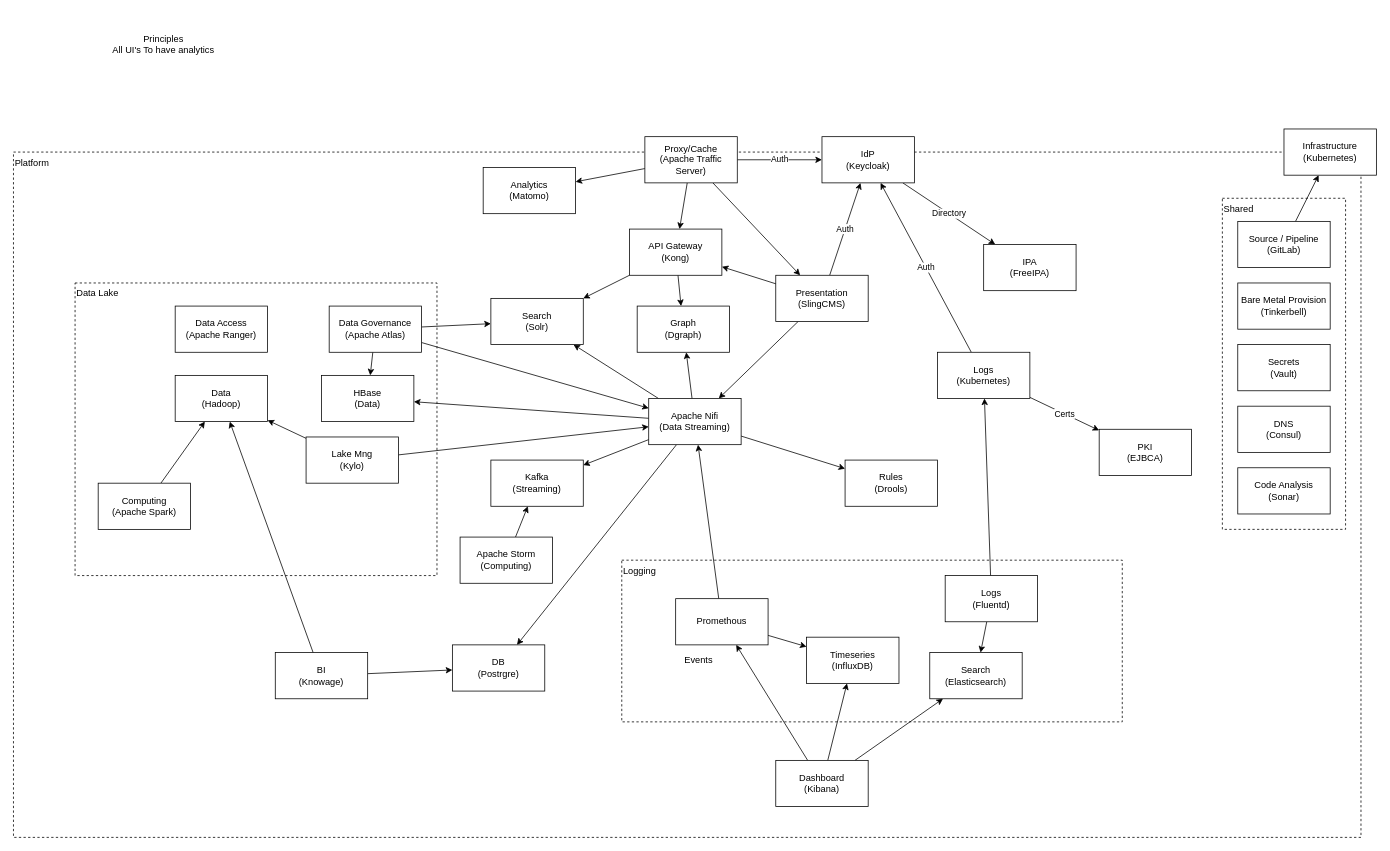
governance-foundation/governance.foundation keeps this draw.io diagram as _gxp/diagrams/GXP-Architecture.drawio. Above is the earlier version. Source tidied: cells renumbered, new cells numbered last; positions are measured from the earlier drawing's top-left corner, leaving out a move shared by most shapes. Both pictures are drawn from the tidied source at 77%, with x=0, y=0 at pixel (13, 13).
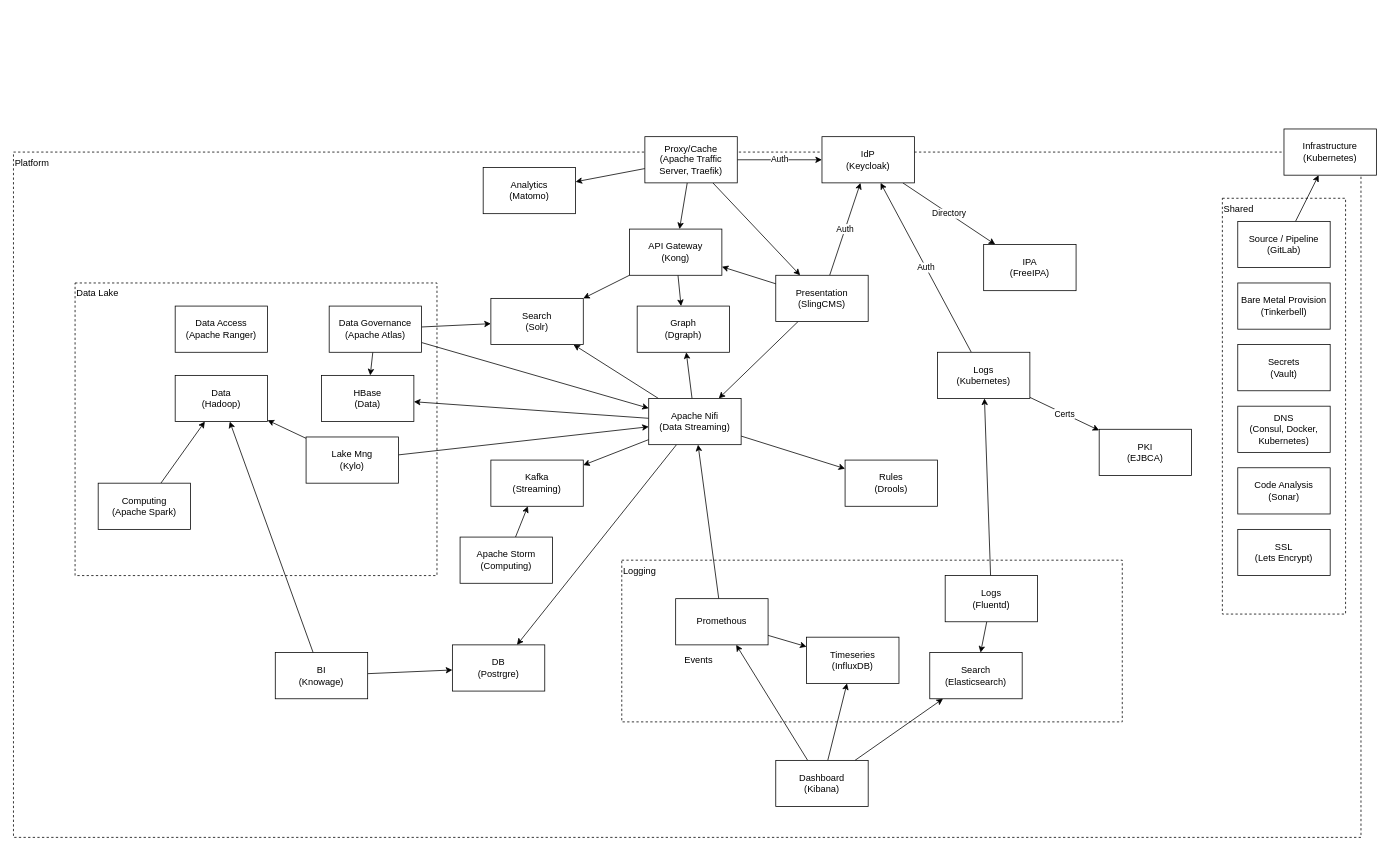
After the change.

Diff of the diagram source:
```diff
@@
     <mxCell id="3" value="Shared" style="rounded=0;whiteSpace=wrap;html=1;fillColor=none;dashed=1;verticalAlign=top;align=left;" parent="1" vertex="1">
-      <mxGeometry x="1570" y="240" width="160" height="430" as="geometry" />
+      <mxGeometry x="1570" y="240" width="160" height="540" as="geometry" />
     </mxCell>
@@
-    <mxCell id="30" value="&lt;div&gt;Proxy/Cache&lt;/div&gt;&lt;div&gt;(Apache Traffic Server)&lt;/div&gt;" style="rounded=0;whiteSpace=wrap;html=1;" parent="1" vertex="1">
+    <mxCell id="30" value="&lt;div&gt;Proxy/Cache&lt;/div&gt;&lt;div&gt;(Apache Traffic Server, Traefik)&lt;/div&gt;" style="rounded=0;whiteSpace=wrap;html=1;" parent="1" vertex="1">
       <mxGeometry x="820" y="160" width="120" height="60" as="geometry" />
     </mxCell>
@@
-    <mxCell id="64" value="&lt;div&gt;DNS&lt;/div&gt;&lt;div&gt;(Consul)&lt;/div&gt;" style="rounded=0;whiteSpace=wrap;html=1;" parent="1" vertex="1">
+    <mxCell id="64" value="&lt;div&gt;DNS&lt;/div&gt;&lt;div&gt;(Consul, Docker, Kubernetes)&lt;/div&gt;" style="rounded=0;whiteSpace=wrap;html=1;" parent="1" vertex="1">
       <mxGeometry x="1590" y="510" width="120" height="60" as="geometry" />
     </mxCell>
@@
-    <mxCell id="75" value="Principles&lt;br&gt;All UI's To have analytics" style="text;html=1;strokeColor=none;fillColor=none;align=center;verticalAlign=middle;whiteSpace=wrap;rounded=0;" parent="1" vertex="1">
-      <mxGeometry x="110" width="170" height="80" as="geometry" />
-    </mxCell>
+    <mxCell id="76" value="&lt;div&gt;SSL&lt;/div&gt;&lt;div&gt;(Lets Encrypt)&lt;/div&gt;" style="rounded=0;whiteSpace=wrap;html=1;" parent="1" vertex="1">
+      <mxGeometry x="1590" y="670" width="120" height="60" as="geometry" />
+    </mxCell>
```
